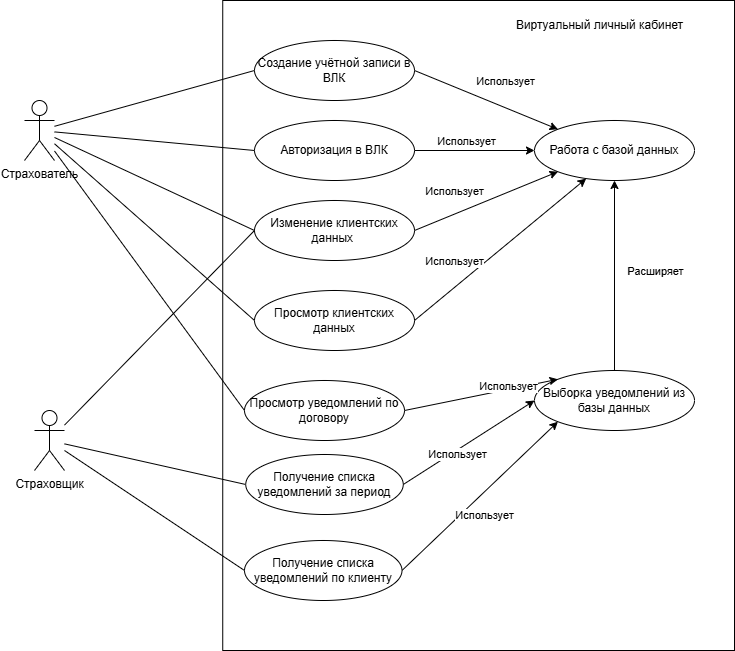
Before: src/main/resources/documentation/Диаграмма вариантов использования.drawio.png, a diagram exported from draw.io (VladBaton/vlk). Source tidied: cells renumbered, new cells last; positions are measured from the earlier drawing's top-left corner, leaving out a move shared by most shapes.
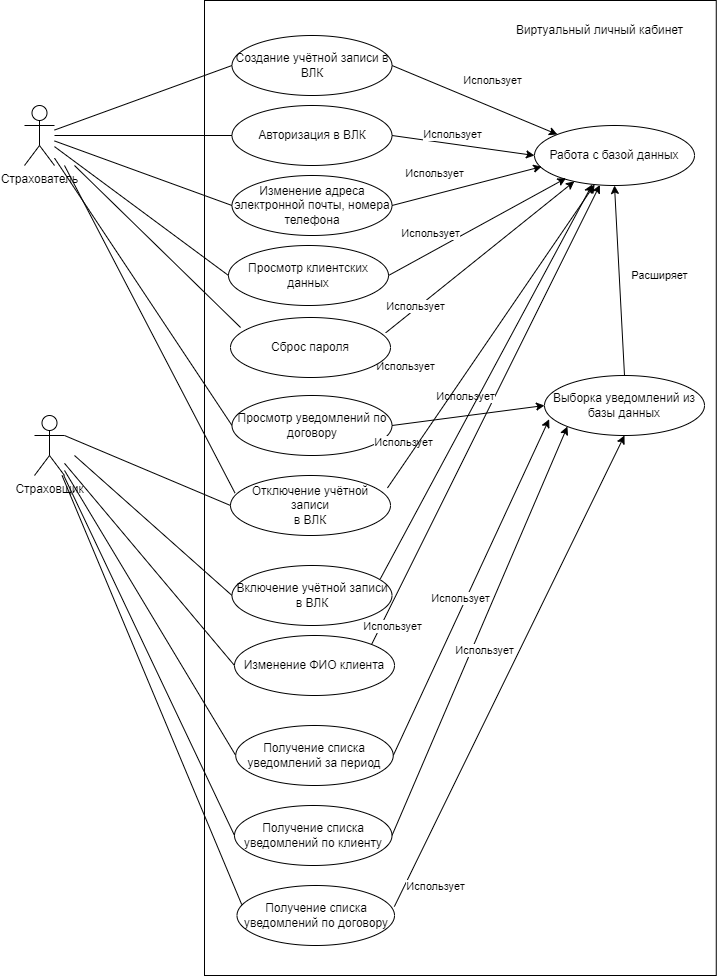
The same file after the commit.

Diff of the diagram source:
```diff
@@ -3,7 +3,7 @@
     <mxCell id="0" />
     <mxCell id="1" parent="0" />
     <mxCell id="2" style="rounded=0;whiteSpace=wrap;html=1;" parent="1" vertex="1">
-      <mxGeometry x="198.2" width="511.8" height="650" as="geometry" />
+      <mxGeometry x="180" y="-5" width="511.8" height="975" as="geometry" />
     </mxCell>
     <mxCell id="3" value="&lt;div&gt;Страховщик&lt;/div&gt;" style="shape=umlActor;verticalLabelPosition=bottom;verticalAlign=top;html=1;outlineConnect=0;" parent="1" vertex="1">
       <mxGeometry x="10" y="410" width="30" height="60" as="geometry" />
@@ -15,7 +15,7 @@
       <mxGeometry y="100" width="30" height="60" as="geometry" />
     </mxCell>
     <mxCell id="6" value="Просмотр уведомлений по договору" style="ellipse;whiteSpace=wrap;html=1;" parent="1" vertex="1">
-      <mxGeometry x="220" y="380" width="160" height="60" as="geometry" />
+      <mxGeometry x="207.5" y="390" width="160" height="60" as="geometry" />
     </mxCell>
     <mxCell id="7" style="endArrow=none;html=1;rounded=0;entryX=0;entryY=0.5;entryDx=0;entryDy=0;" parent="1" edge="1" source="5" target="6">
       <mxGeometry relative="1" as="geometry" />
@@ -24,47 +24,47 @@
       <mxGeometry relative="1" as="geometry" />
     </mxCell>
     <mxCell id="9" value="Получение списка уведомлений за период" style="ellipse;whiteSpace=wrap;html=1;" parent="1" vertex="1">
-      <mxGeometry x="221.2" y="454" width="157.5" height="60" as="geometry" />
+      <mxGeometry x="211.2" y="720" width="157.5" height="60" as="geometry" />
     </mxCell>
     <mxCell id="10" value="Получение списка уведомлений по клиенту" style="ellipse;whiteSpace=wrap;html=1;" parent="1" vertex="1">
-      <mxGeometry x="220" y="540" width="157.5" height="60" as="geometry" />
+      <mxGeometry x="210" y="800" width="157.5" height="60" as="geometry" />
     </mxCell>
     <mxCell id="11" style="endArrow=none;html=1;rounded=0;exitX=0;exitY=0.5;exitDx=0;exitDy=0;" parent="1" edge="1" source="10" target="3">
       <mxGeometry relative="1" as="geometry" />
     </mxCell>
     <mxCell id="12" value="Авторизация в ВЛК" style="ellipse;whiteSpace=wrap;html=1;" parent="1" vertex="1">
-      <mxGeometry x="230" y="120" width="160" height="60" as="geometry" />
+      <mxGeometry x="207.5" y="100" width="160" height="60" as="geometry" />
     </mxCell>
     <mxCell id="13" style="endArrow=none;html=1;rounded=0;exitX=0;exitY=0.5;exitDx=0;exitDy=0;" parent="1" edge="1" source="12" target="5">
       <mxGeometry relative="1" as="geometry" />
     </mxCell>
     <mxCell id="14" value="Создание учётной записи в ВЛК" style="ellipse;whiteSpace=wrap;html=1;" parent="1" vertex="1">
-      <mxGeometry x="230" y="40" width="160" height="60" as="geometry" />
+      <mxGeometry x="207.5" y="30" width="160" height="60" as="geometry" />
     </mxCell>
     <mxCell id="15" style="endArrow=none;html=1;rounded=0;exitX=0;exitY=0.5;exitDx=0;exitDy=0;" parent="1" edge="1" source="14" target="5">
       <mxGeometry relative="1" as="geometry" />
     </mxCell>
-    <mxCell id="16" value="Изменение клиентских данных&amp;nbsp;" style="ellipse;whiteSpace=wrap;html=1;" parent="1" vertex="1">
-      <mxGeometry x="230" y="200" width="160" height="60" as="geometry" />
+    <mxCell id="16" value="Изменение адреса электронной почты, номера&lt;br&gt;телефона" style="ellipse;whiteSpace=wrap;html=1;" parent="1" vertex="1">
+      <mxGeometry x="207.5" y="170" width="160" height="60" as="geometry" />
     </mxCell>
     <mxCell id="17" style="endArrow=none;html=1;rounded=0;exitX=0;exitY=0.5;exitDx=0;exitDy=0;" parent="1" edge="1" source="16" target="5">
       <mxGeometry relative="1" as="geometry" />
     </mxCell>
-    <mxCell id="18" style="endArrow=none;html=1;rounded=0;exitX=0;exitY=0.5;exitDx=0;exitDy=0;" parent="1" edge="1" source="16" target="3">
+    <mxCell id="18" style="endArrow=none;html=1;rounded=0;exitX=0;exitY=0.5;exitDx=0;exitDy=0;" parent="1" edge="1" source="39" target="3">
       <mxGeometry relative="1" as="geometry" />
     </mxCell>
     <mxCell id="19" value="Выборка уведомлений из базы данных" style="ellipse;whiteSpace=wrap;html=1;" parent="1" vertex="1">
-      <mxGeometry x="510" y="370" width="160" height="60" as="geometry" />
+      <mxGeometry x="520" y="370" width="160" height="60" as="geometry" />
     </mxCell>
-    <mxCell id="20" style="endArrow=classic;html=1;rounded=0;entryX=0;entryY=0;entryDx=0;entryDy=0;exitX=1;exitY=0.5;exitDx=0;exitDy=0;" parent="1" edge="1" source="6" target="19">
+    <mxCell id="20" style="endArrow=classic;html=1;rounded=0;entryX=0;entryY=0.5;entryDx=0;entryDy=0;exitX=1;exitY=0.5;exitDx=0;exitDy=0;" parent="1" edge="1" source="6" target="19">
       <mxGeometry relative="1" as="geometry" />
     </mxCell>
     <mxCell id="21" value="Использует" style="edgeLabel;html=1;align=center;verticalAlign=middle;" parent="20" vertex="1">
       <mxGeometry y="-1" relative="1" as="geometry">
-        <mxPoint x="26" y="-10" as="offset" />
+        <mxPoint x="-65" y="25" as="offset" />
       </mxGeometry>
     </mxCell>
-    <mxCell id="22" style="endArrow=classic;html=1;rounded=0;entryX=0;entryY=0.5;entryDx=0;entryDy=0;exitX=1;exitY=0.5;exitDx=0;exitDy=0;" parent="1" edge="1" source="9" target="19">
+    <mxCell id="22" style="endArrow=classic;html=1;rounded=0;entryX=0.029;entryY=0.729;entryDx=0;entryDy=0;exitX=1;exitY=0.5;exitDx=0;exitDy=0;entryPerimeter=0;" parent="1" edge="1" source="9" target="19">
       <mxGeometry relative="1" as="geometry" />
     </mxCell>
     <mxCell id="23" value="Использует" style="edgeLabel;html=1;align=center;verticalAlign=middle;" parent="22" vertex="1">
@@ -107,7 +107,7 @@
         <mxPoint y="-15" as="offset" />
       </mxGeometry>
     </mxCell>
-    <mxCell id="33" style="endArrow=classic;html=1;rounded=0;entryX=0;entryY=1;entryDx=0;entryDy=0;exitX=1;exitY=0.5;exitDx=0;exitDy=0;" parent="1" edge="1" source="16" target="26">
+    <mxCell id="33" style="endArrow=classic;html=1;rounded=0;entryX=0.045;entryY=0.685;entryDx=0;entryDy=0;exitX=1;exitY=0.5;exitDx=0;exitDy=0;entryPerimeter=0;" parent="1" edge="1" source="16" target="26">
       <mxGeometry relative="1" as="geometry" />
     </mxCell>
     <mxCell id="34" value="Использует" style="edgeLabel;html=1;align=center;verticalAlign=middle;" parent="33" vertex="1">
@@ -116,9 +116,9 @@
       </mxGeometry>
     </mxCell>
     <mxCell id="35" value="Просмотр клиентских данных" style="ellipse;whiteSpace=wrap;html=1;" parent="1" vertex="1">
-      <mxGeometry x="230" y="290" width="160" height="60" as="geometry" />
+      <mxGeometry x="204" y="240" width="160" height="60" as="geometry" />
     </mxCell>
-    <mxCell id="36" style="endArrow=classic;html=1;rounded=0;entryX=0.323;entryY=0.968;entryDx=0;entryDy=0;entryPerimeter=0;exitX=1;exitY=0.5;exitDx=0;exitDy=0;" parent="1" edge="1" source="35" target="26">
+    <mxCell id="36" style="endArrow=classic;html=1;rounded=0;entryX=0.197;entryY=0.878;entryDx=0;entryDy=0;entryPerimeter=0;exitX=1;exitY=0.5;exitDx=0;exitDy=0;" parent="1" edge="1" source="35" target="26">
       <mxGeometry relative="1" as="geometry" />
     </mxCell>
     <mxCell id="37" value="Использует" style="edgeLabel;html=1;align=center;verticalAlign=middle;" parent="36" vertex="1">
@@ -129,5 +129,71 @@
     <mxCell id="38" style="endArrow=none;html=1;rounded=0;exitX=0;exitY=0.5;exitDx=0;exitDy=0;" parent="1" edge="1" source="35" target="5">
       <mxGeometry relative="1" as="geometry" />
     </mxCell>
+    <mxCell id="39" value="Изменение ФИО клиента" style="ellipse;whiteSpace=wrap;html=1;" parent="1" vertex="1">
+      <mxGeometry x="210" y="630" width="160" height="60" as="geometry" />
+    </mxCell>
+    <mxCell id="40" style="endArrow=classic;html=1;rounded=0;exitX=1;exitY=0;exitDx=0;exitDy=0;" parent="1" edge="1" source="39" target="26">
+      <mxGeometry relative="1" as="geometry" />
+    </mxCell>
+    <mxCell id="41" value="Использует" style="edgeLabel;html=1;align=center;verticalAlign=middle;" parent="1" vertex="1">
+      <mxGeometry x="440" y="390" as="geometry" />
+    </mxCell>
+    <mxCell id="42" value="Отключение учётной записи&lt;br&gt;в ВЛК" style="ellipse;whiteSpace=wrap;html=1;" parent="1" vertex="1">
+      <mxGeometry x="206" y="470" width="160" height="60" as="geometry" />
+    </mxCell>
+    <mxCell id="43" style="endArrow=none;html=1;rounded=0;exitX=0.028;exitY=0.292;exitDx=0;exitDy=0;exitPerimeter=0;" parent="1" edge="1" source="42">
+      <mxGeometry relative="1" as="geometry">
+        <mxPoint x="40" y="160" as="targetPoint" />
+      </mxGeometry>
+    </mxCell>
+    <mxCell id="44" style="endArrow=none;html=1;rounded=0;entryX=0;entryY=0.5;entryDx=0;entryDy=0;exitX=1;exitY=0.3333333333333333;exitDx=0;exitDy=0;exitPerimeter=0;" parent="1" edge="1" source="3" target="42">
+      <mxGeometry relative="1" as="geometry" />
+    </mxCell>
+    <mxCell id="45" style="endArrow=classic;html=1;rounded=0;exitX=0.981;exitY=0.208;exitDx=0;exitDy=0;exitPerimeter=0;" parent="1" edge="1" source="42" target="26">
+      <mxGeometry relative="1" as="geometry" />
+    </mxCell>
+    <mxCell id="46" value="Использует" style="edgeLabel;html=1;align=center;verticalAlign=middle;" parent="1" vertex="1">
+      <mxGeometry x="380" y="360" as="geometry" />
+    </mxCell>
+    <mxCell id="47" value="Включение учётной записи&lt;br&gt;в ВЛК" style="ellipse;whiteSpace=wrap;html=1;" parent="1" vertex="1">
+      <mxGeometry x="207.5" y="560" width="160" height="60" as="geometry" />
+    </mxCell>
+    <mxCell id="48" style="endArrow=none;html=1;rounded=0;entryX=0;entryY=0.5;entryDx=0;entryDy=0;" parent="1" edge="1" target="47">
+      <mxGeometry relative="1" as="geometry">
+        <mxPoint x="50" y="450" as="sourcePoint" />
+      </mxGeometry>
+    </mxCell>
+    <mxCell id="49" style="endArrow=classic;html=1;rounded=0;exitX=0.927;exitY=0.222;exitDx=0;exitDy=0;exitPerimeter=0;entryX=0.361;entryY=0.983;entryDx=0;entryDy=0;entryPerimeter=0;" parent="1" edge="1" source="47" target="26">
+      <mxGeometry relative="1" as="geometry" />
+    </mxCell>
+    <mxCell id="50" value="Сброс пароля" style="ellipse;whiteSpace=wrap;html=1;" parent="1" vertex="1">
+      <mxGeometry x="206" y="312" width="160" height="60" as="geometry" />
+    </mxCell>
+    <mxCell id="51" style="endArrow=classic;html=1;rounded=0;entryX=0.249;entryY=0.931;entryDx=0;entryDy=0;entryPerimeter=0;exitX=0.97;exitY=0.255;exitDx=0;exitDy=0;exitPerimeter=0;" parent="1" edge="1" source="50" target="26">
+      <mxGeometry relative="1" as="geometry" />
+    </mxCell>
+    <mxCell id="52" style="endArrow=none;html=1;rounded=0;entryX=0.063;entryY=0.167;entryDx=0;entryDy=0;entryPerimeter=0;" parent="1" edge="1" target="50">
+      <mxGeometry relative="1" as="geometry">
+        <mxPoint x="50" y="160" as="sourcePoint" />
+      </mxGeometry>
+    </mxCell>
+    <mxCell id="53" value="Использует" style="edgeLabel;html=1;align=center;verticalAlign=middle;" parent="1" vertex="1">
+      <mxGeometry x="390" y="300" as="geometry" />
+    </mxCell>
+    <mxCell id="54" value="Использует" style="edgeLabel;html=1;align=center;verticalAlign=middle;" parent="1" vertex="1">
+      <mxGeometry x="367.5" y="620" as="geometry" />
+    </mxCell>
+    <mxCell id="55" value="Получение списка уведомлений по договору" style="ellipse;whiteSpace=wrap;html=1;" parent="1" vertex="1">
+      <mxGeometry x="212.5" y="880" width="157.5" height="60" as="geometry" />
+    </mxCell>
+    <mxCell id="56" style="endArrow=none;html=1;rounded=0;exitX=0.03;exitY=0.317;exitDx=0;exitDy=0;exitPerimeter=0;" parent="1" edge="1" source="55" target="3">
+      <mxGeometry relative="1" as="geometry" />
+    </mxCell>
+    <mxCell id="57" style="endArrow=classic;html=1;rounded=0;entryX=0.5;entryY=1;entryDx=0;entryDy=0;exitX=0.999;exitY=0.352;exitDx=0;exitDy=0;exitPerimeter=0;" parent="1" edge="1" source="55" target="19">
+      <mxGeometry relative="1" as="geometry" />
+    </mxCell>
+    <mxCell id="58" value="Использует" style="edgeLabel;html=1;align=center;verticalAlign=middle;" parent="1" vertex="1">
+      <mxGeometry x="410" y="880" as="geometry" />
+    </mxCell>
   </root>
 </mxGraphModel>
```
